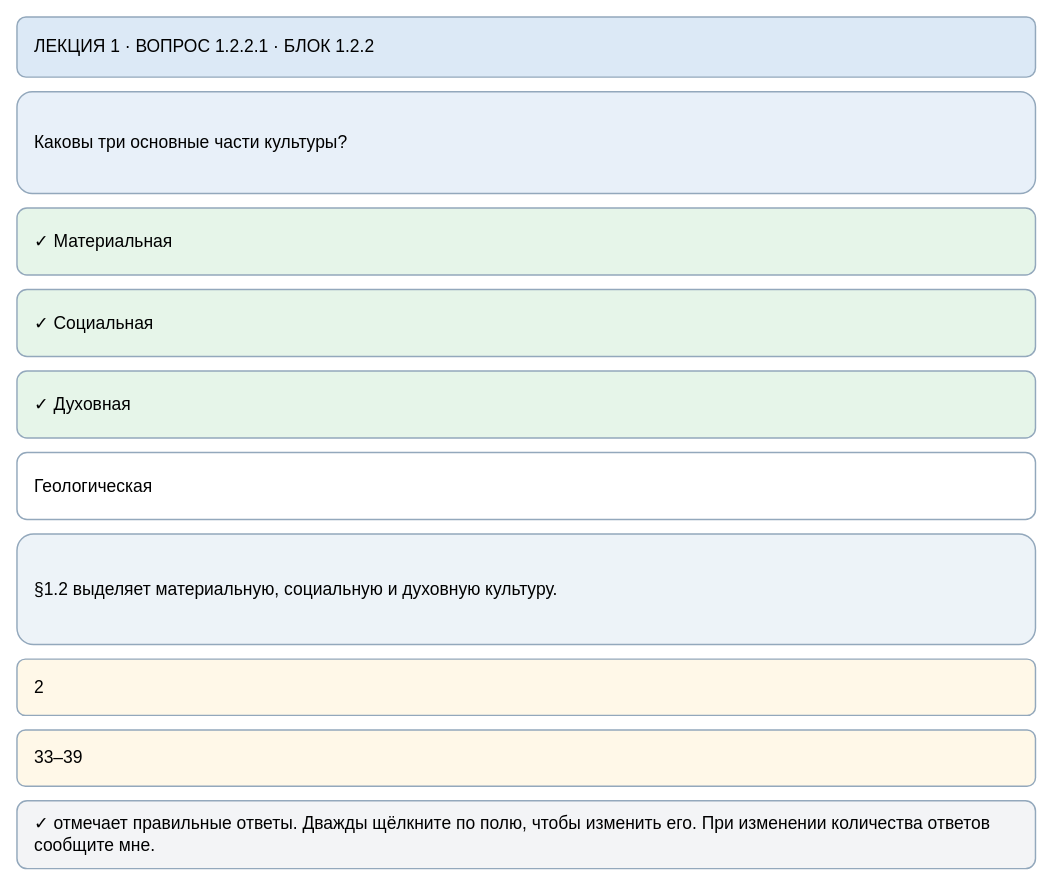
slobodatablichka/apologetika-test keeps this draw.io diagram as page "1.2.2.1" (5 of 36) of maps/lecture-01-test-editor.drawio. Above is the earlier version. Source tidied: cells renumbered, new cells numbered last; positions are measured from the earlier drawing's top-left corner, leaving out a move shared by most shapes. Both pictures are drawn from the tidied source at 97%, with x=0, y=0 at pixel (16, 16).
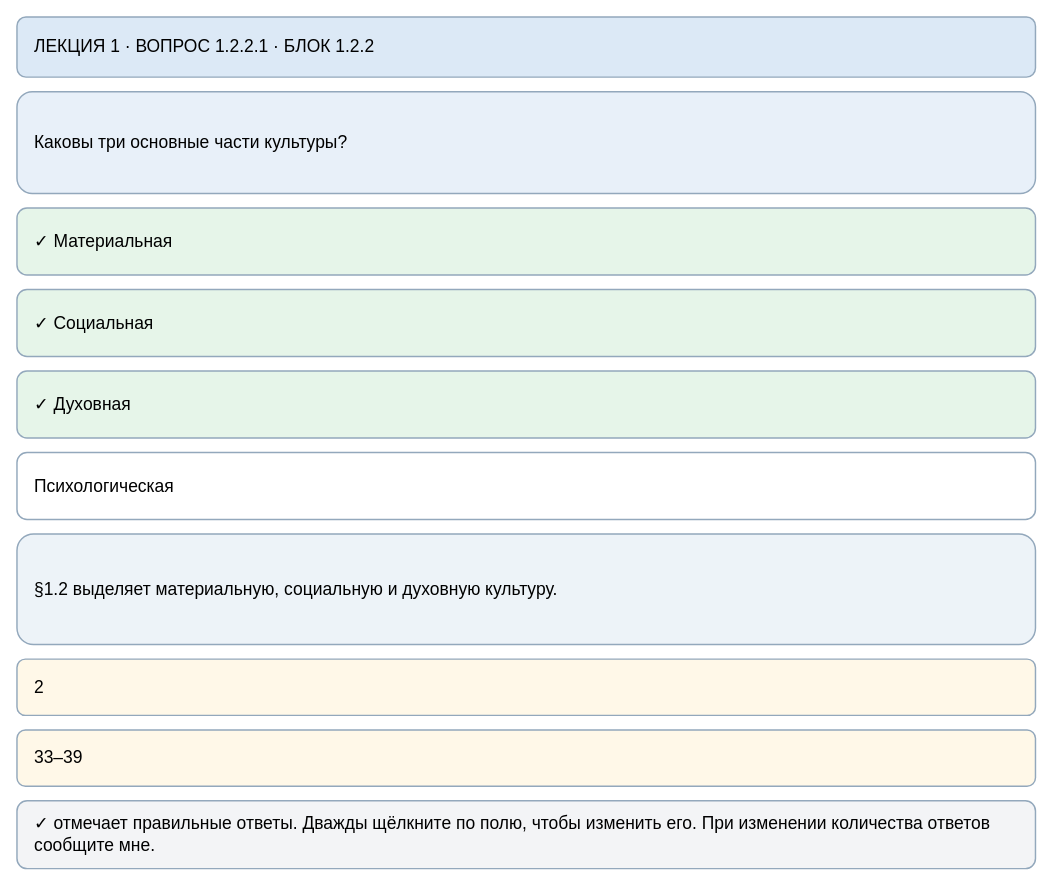
Above is the later version.

The edit, as a diff of the source:
```diff
@@
 <mxGraphModel>
   <root>
     <mxCell id="0" />
     <mxCell id="1" parent="0" />
     <mxCell id="2" value="ЛЕКЦИЯ 1 · ВОПРОС 1.2.2.1 · БЛОК 1.2.2" style="rounded=1;whiteSpace=wrap;html=1;align=left;verticalAlign=middle;spacingLeft=16;spacingRight=16;fontSize=18;fillColor=#dce9f6;strokeColor=#93a8bc;strokeWidth=1.5;" parent="1" vertex="1">
       <mxGeometry width="1050" height="62" as="geometry" />
     </mxCell>
     <mxCell id="3" value="Каковы три основные части культуры?" style="rounded=1;whiteSpace=wrap;html=1;align=left;verticalAlign=middle;spacingLeft=16;spacingRight=16;fontSize=18;fillColor=#e8f0f9;strokeColor=#93a8bc;strokeWidth=1.5;" parent="1" vertex="1">
       <mxGeometry y="77" width="1050" height="105" as="geometry" />
     </mxCell>
     <mxCell id="4" value="✓ Материальная" style="rounded=1;whiteSpace=wrap;html=1;align=left;verticalAlign=middle;spacingLeft=16;spacingRight=16;fontSize=18;fillColor=#e6f5e9;strokeColor=#93a8bc;strokeWidth=1.5;" parent="1" vertex="1">
       <mxGeometry y="197" width="1050" height="69" as="geometry" />
     </mxCell>
     <mxCell id="5" value="✓ Социальная" style="rounded=1;whiteSpace=wrap;html=1;align=left;verticalAlign=middle;spacingLeft=16;spacingRight=16;fontSize=18;fillColor=#e6f5e9;strokeColor=#93a8bc;strokeWidth=1.5;" parent="1" vertex="1">
       <mxGeometry y="281" width="1050" height="69" as="geometry" />
     </mxCell>
     <mxCell id="6" value="✓ Духовная" style="rounded=1;whiteSpace=wrap;html=1;align=left;verticalAlign=middle;spacingLeft=16;spacingRight=16;fontSize=18;fillColor=#e6f5e9;strokeColor=#93a8bc;strokeWidth=1.5;" parent="1" vertex="1">
       <mxGeometry y="365" width="1050" height="69" as="geometry" />
     </mxCell>
-    <mxCell id="7" value="Геологическая" style="rounded=1;whiteSpace=wrap;html=1;align=left;verticalAlign=middle;spacingLeft=16;spacingRight=16;fontSize=18;fillColor=#ffffff;strokeColor=#93a8bc;strokeWidth=1.5;" parent="1" vertex="1">
+    <mxCell id="7" value="Психологическая" style="rounded=1;whiteSpace=wrap;html=1;align=left;verticalAlign=middle;spacingLeft=16;spacingRight=16;fontSize=18;fillColor=#ffffff;strokeColor=#93a8bc;strokeWidth=1.5;" parent="1" vertex="1">
       <mxGeometry y="449" width="1050" height="69" as="geometry" />
     </mxCell>
     <mxCell id="8" value="§1.2 выделяет материальную, социальную и духовную культуру." style="rounded=1;whiteSpace=wrap;html=1;align=left;verticalAlign=middle;spacingLeft=16;spacingRight=16;fontSize=18;fillColor=#edf3f8;strokeColor=#93a8bc;strokeWidth=1.5;" parent="1" vertex="1">
       <mxGeometry y="533" width="1050" height="114" as="geometry" />
     </mxCell>
     <mxCell id="9" value="2" style="rounded=1;whiteSpace=wrap;html=1;align=left;verticalAlign=middle;spacingLeft=16;spacingRight=16;fontSize=18;fillColor=#fff8e8;strokeColor=#93a8bc;strokeWidth=1.5;" parent="1" vertex="1">
       <mxGeometry y="662" width="1050" height="58" as="geometry" />
     </mxCell>
     <mxCell id="10" value="33–39" style="rounded=1;whiteSpace=wrap;html=1;align=left;verticalAlign=middle;spacingLeft=16;spacingRight=16;fontSize=18;fillColor=#fff8e8;strokeColor=#93a8bc;strokeWidth=1.5;" parent="1" vertex="1">
       <mxGeometry y="735" width="1050" height="58" as="geometry" />
     </mxCell>
     <mxCell id="11" value="✓ отмечает правильные ответы. Дважды щёлкните по полю, чтобы изменить его. При изменении количества ответов сообщите мне." style="rounded=1;whiteSpace=wrap;html=1;align=left;verticalAlign=middle;spacingLeft=16;spacingRight=16;fontSize=18;fillColor=#f3f4f6;strokeColor=#93a8bc;strokeWidth=1.5;" parent="1" vertex="1">
       <mxGeometry y="808" width="1050" height="70" as="geometry" />
     </mxCell>
   </root>
 </mxGraphModel>
```
